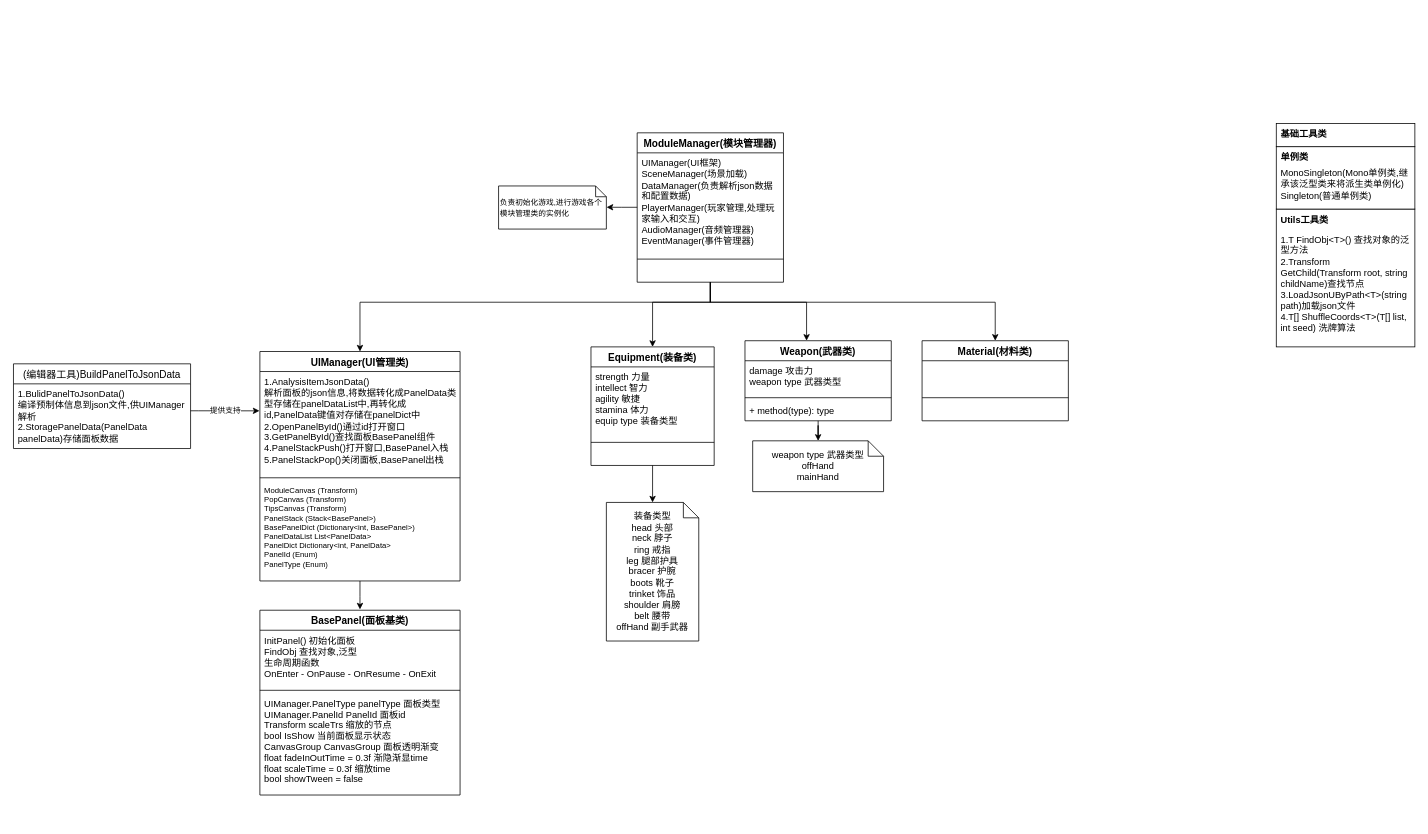
KIPKIPS/BeingAlive keeps this draw.io diagram as BeingAlive.drawio. Above is the earlier version. Source tidied: cells renumbered, new cells numbered last; positions are measured from the earlier drawing's top-left corner, leaving out a move shared by most shapes. Both pictures are drawn from the tidied source at 77%, with x=0, y=0 at pixel (13, 123).
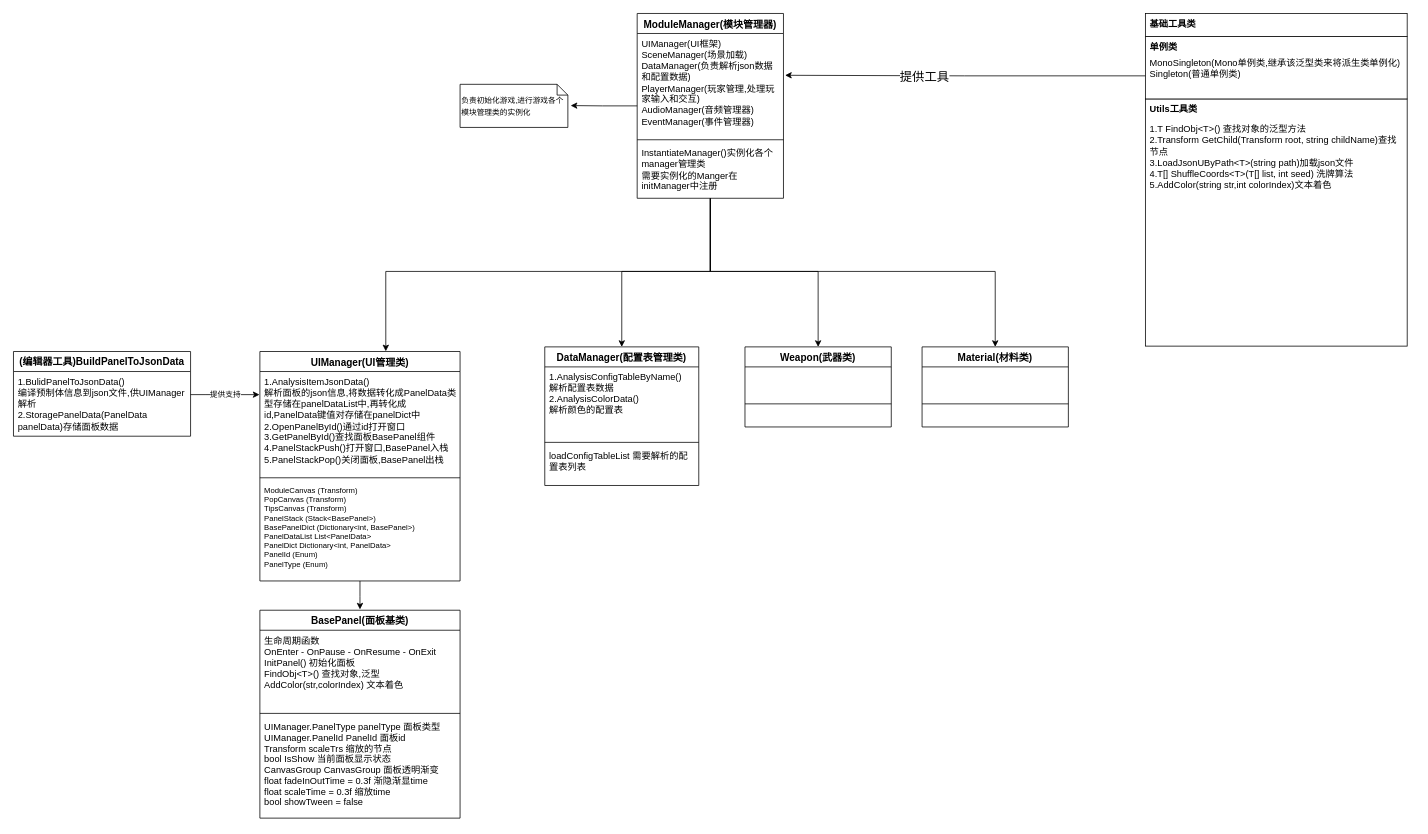
After the change.

Unchanged cells that the change refers to:
```xml
<mxCell id="8" value="UIManager(UI框架)&#10;SceneManager(场景加载)&#10;DataManager(负责解析json数据和配置数据)&#10;PlayerManager(玩家管理,处理玩家输入和交互)&#10;AudioManager(音频管理器)&#10;EventManager(事件管理器)" style="text;strokeColor=none;fillColor=none;align=left;verticalAlign=top;spacingLeft=4;spacingRight=4;overflow=hidden;points=[[0,0.5],[1,0.5]];portConstraint=eastwest;whiteSpace=wrap;fontSize=12;" parent="7" vertex="1">
  <mxGeometry y="26" width="190" height="134" as="geometry" />
</mxCell>
<mxCell id="13" value="UIManager(UI管理类)" style="swimlane;fontStyle=1;align=center;verticalAlign=top;horizontal=1;startSize=26;fontSize=13;" parent="1" vertex="1">
  <mxGeometry x="320" y="296" width="260" height="298" as="geometry" />
</mxCell>
<mxCell id="14" value="1.AnalysisItemJsonData()&#10;解析面板的json信息,将数据转化成PanelData类型存储在panelDataList中,再转化成id,PanelData键值对存储在panelDict中&#10;2.OpenPanelById()通过id打开窗口&#10;3.GetPanelById()查找面板BasePanel组件&#10;4.PanelStackPush()打开窗口,BasePanel入栈&#10;5.PanelStackPop()关闭面板,BasePanel出栈" style="text;strokeColor=none;fillColor=none;align=left;verticalAlign=top;spacingLeft=4;spacingRight=4;overflow=hidden;points=[[0,0.5],[1,0.5]];portConstraint=eastwest;whiteSpace=wrap;fontSize=12;" parent="13" vertex="1">
  <mxGeometry y="26" width="260" height="134" as="geometry" />
</mxCell>
<mxCell id="39" value="1.BulidPanelToJsonData()&#10;编译预制体信息到json文件,供UIManager解析&#10;2.StoragePanelData(PanelData panelData)存储面板数据" style="text;strokeColor=none;fillColor=none;spacingLeft=4;spacingRight=4;overflow=hidden;points=[[0,0.5],[1,0.5]];portConstraint=eastwest;fontSize=12;whiteSpace=wrap;" parent="38" vertex="1">
  <mxGeometry y="26" width="230" height="84" as="geometry" />
</mxCell>
```

Diff of the diagram source:
```diff
@@
-    <mxCell id="2" style="edgeStyle=orthogonalEdgeStyle;rounded=0;jettySize=auto;html=1;" parent="1" edge="1" source="7" target="24">
-      <mxGeometry relative="1" as="geometry">
-        <Array as="points">
-          <mxPoint x="905" y="232" />
-          <mxPoint x="1030" y="232" />
-        </Array>
-      </mxGeometry>
-    </mxCell>
-    <mxCell id="3" style="edgeStyle=orthogonalEdgeStyle;rounded=0;jettySize=auto;html=1;" parent="1" edge="1" source="7" target="29">
-      <mxGeometry relative="1" as="geometry">
-        <Array as="points">
-          <mxPoint x="905" y="232" />
-          <mxPoint x="1275" y="232" />
-        </Array>
-      </mxGeometry>
-    </mxCell>
-    <mxCell id="4" style="edgeStyle=orthogonalEdgeStyle;rounded=0;jettySize=auto;html=1;entryX=1.002;entryY=0.494;entryDx=0;entryDy=0;entryPerimeter=0;fontSize=13;" parent="1" edge="1" source="7" target="11">
-      <mxGeometry relative="1" as="geometry">
-        <Array as="points">
-          <mxPoint x="790" y="109" />
-        </Array>
-      </mxGeometry>
+    <mxCell id="4" style="edgeStyle=orthogonalEdgeStyle;rounded=0;jettySize=auto;html=1;entryX=1.026;entryY=0.493;entryDx=0;entryDy=0;entryPerimeter=0;" parent="1" edge="1" source="7" target="11">
+      <mxGeometry relative="1" as="geometry" />
     </mxCell>
-    <mxCell id="5" style="edgeStyle=orthogonalEdgeStyle;rounded=0;jettySize=auto;html=1;entryX=0.5;entryY=0;entryDx=0;entryDy=0;fontSize=12;" parent="1" edge="1" source="7" target="13">
+    <mxCell id="5" style="edgeStyle=orthogonalEdgeStyle;rounded=0;jettySize=auto;html=1;entryX=0.629;entryY=-0.001;entryDx=0;entryDy=0;entryPerimeter=0;" parent="1" edge="1" source="7" target="13">
       <mxGeometry relative="1" as="geometry">
         <Array as="points">
-          <mxPoint x="905" y="232" />
-          <mxPoint x="450" y="232" />
+          <mxPoint x="905" y="192" />
+          <mxPoint x="483" y="192" />
         </Array>
       </mxGeometry>
     </mxCell>
-    <mxCell id="6" style="edgeStyle=orthogonalEdgeStyle;rounded=0;jettySize=auto;html=1;entryX=0.5;entryY=0;entryDx=0;entryDy=0;fontSize=12;" parent="1" edge="1" source="7" target="18">
+    <mxCell id="6" style="edgeStyle=orthogonalEdgeStyle;rounded=0;jettySize=auto;html=1;" parent="1" edge="1" source="7" target="18">
       <mxGeometry relative="1" as="geometry">
         <Array as="points">
-          <mxPoint x="905" y="232" />
-          <mxPoint x="830" y="232" />
+          <mxPoint x="905" y="192" />
+          <mxPoint x="790" y="192" />
         </Array>
       </mxGeometry>
     </mxCell>
+    <mxCell id="2" style="edgeStyle=orthogonalEdgeStyle;rounded=0;jettySize=auto;html=1;" parent="1" edge="1" source="7" target="24">
+      <mxGeometry relative="1" as="geometry">
+        <Array as="points">
+          <mxPoint x="905" y="192" />
+          <mxPoint x="1045" y="192" />
+        </Array>
+      </mxGeometry>
+    </mxCell>
+    <mxCell id="3" style="edgeStyle=orthogonalEdgeStyle;rounded=0;jettySize=auto;html=1;" parent="1" edge="1" source="7" target="29">
+      <mxGeometry relative="1" as="geometry">
+        <Array as="points">
+          <mxPoint x="905" y="192" />
+          <mxPoint x="1275" y="192" />
+        </Array>
+      </mxGeometry>
+    </mxCell>
     <mxCell id="7" value="ModuleManager(模块管理器)" style="swimlane;fontStyle=1;align=center;verticalAlign=top;horizontal=1;startSize=26;fontSize=13;" parent="1" vertex="1">
-      <mxGeometry x="810" y="12" width="190" height="194" as="geometry" />
+      <mxGeometry x="810" y="-143" width="190" height="240" as="geometry" />
     </mxCell>
@@
-    <mxCell id="10" value="&#10;&#10;" style="text;strokeColor=none;fillColor=none;align=left;verticalAlign=top;spacingLeft=4;spacingRight=4;overflow=hidden;" parent="7" vertex="1">
-      <mxGeometry y="168" width="190" height="26" as="geometry" />
+    <mxCell id="10" value="InstantiateManager()实例化各个manager管理类&#10;需要实例化的Manger在initManager中注册&#10;" style="text;strokeColor=none;fillColor=none;align=left;verticalAlign=top;spacingLeft=4;spacingRight=4;overflow=hidden;whiteSpace=wrap;" parent="7" vertex="1">
+      <mxGeometry y="168" width="190" height="72" as="geometry" />
     </mxCell>
     <mxCell id="11" value="&lt;font style=&quot;font-size: 10px&quot;&gt;负责初始化游戏,进行游戏各个模块管理类的实例化&lt;/font&gt;" style="shape=note;size=14;whiteSpace=wrap;html=1;align=left;" parent="1" vertex="1">
-      <mxGeometry x="630" y="81" width="140" height="56" as="geometry" />
+      <mxGeometry x="580" y="-51" width="140" height="56" as="geometry" />
     </mxCell>
@@
-    <mxCell id="17" style="edgeStyle=orthogonalEdgeStyle;rounded=0;jettySize=auto;html=1;" parent="1" edge="1" source="18" target="22">
-      <mxGeometry relative="1" as="geometry" />
-    </mxCell>
-    <mxCell id="18" value="Equipment(装备类)" style="swimlane;fontStyle=1;align=center;verticalAlign=top;horizontal=1;startSize=26;fontSize=13;" parent="1" vertex="1">
-      <mxGeometry x="750" y="290" width="160" height="154" as="geometry" />
+    <mxCell id="18" value="DataManager(配置表管理类)" style="swimlane;fontStyle=1;align=center;verticalAlign=top;horizontal=1;startSize=26;fontSize=13;" parent="1" vertex="1">
+      <mxGeometry x="690" y="290" width="200" height="180" as="geometry" />
     </mxCell>
-    <mxCell id="19" value="strength 力量&#10;intellect 智力&#10;agility 敏捷&#10;stamina 体力&#10;equip type 装备类型" style="text;strokeColor=none;fillColor=none;align=left;verticalAlign=top;spacingLeft=4;spacingRight=4;overflow=hidden;" parent="18" vertex="1">
-      <mxGeometry y="26" width="160" height="94" as="geometry" />
+    <mxCell id="19" value="1.AnalysisConfigTableByName()&#10;解析配置表数据&#10;2.AnalysisColorData()&#10;解析颜色的配置表" style="text;strokeColor=none;fillColor=none;align=left;verticalAlign=top;spacingLeft=4;spacingRight=4;overflow=hidden;" parent="18" vertex="1">
+      <mxGeometry y="26" width="200" height="94" as="geometry" />
     </mxCell>
     <mxCell id="20" style="line;strokeWidth=1;fillColor=none;align=left;verticalAlign=middle;spacingTop=-1;spacingLeft=3;spacingRight=3;labelPosition=right;" parent="18" vertex="1">
-      <mxGeometry y="120" width="160" height="8" as="geometry" />
+      <mxGeometry y="120" width="200" height="8" as="geometry" />
     </mxCell>
-    <mxCell id="21" value="&#10;&#10;" style="text;strokeColor=none;fillColor=none;align=left;verticalAlign=top;spacingLeft=4;spacingRight=4;overflow=hidden;" parent="18" vertex="1">
-      <mxGeometry y="128" width="160" height="26" as="geometry" />
+    <mxCell id="21" value="loadConfigTableList 需要解析的配置表列表&#10;" style="text;strokeColor=none;fillColor=none;align=left;verticalAlign=top;spacingLeft=4;spacingRight=4;overflow=hidden;whiteSpace=wrap;" parent="18" vertex="1">
+      <mxGeometry y="128" width="200" height="52" as="geometry" />
     </mxCell>
-    <mxCell id="22" value="装备类型&lt;br&gt;head 头部&lt;br&gt;neck 脖子&lt;br&gt;ring 戒指&lt;br&gt;leg 腿部护具&lt;br&gt;bracer 护腕&lt;br&gt;boots 靴子&lt;br&gt;trinket 饰品&lt;br&gt;shoulder 肩膀&lt;br&gt;belt 腰带&lt;br&gt;offHand 副手武器" style="shape=note;size=20;whiteSpace=wrap;html=1;" parent="1" vertex="1">
-      <mxGeometry x="770" y="492" width="120" height="180" as="geometry" />
-    </mxCell>
-    <mxCell id="23" style="edgeStyle=orthogonalEdgeStyle;rounded=0;jettySize=auto;html=1;" parent="1" edge="1" source="24" target="28">
-      <mxGeometry relative="1" as="geometry" />
-    </mxCell>
     <mxCell id="24" value="Weapon(武器类)" style="swimlane;fontStyle=1;align=center;verticalAlign=top;horizontal=1;startSize=26;fontSize=13;" parent="1" vertex="1">
-      <mxGeometry x="950" y="282" width="190" height="104" as="geometry" />
+      <mxGeometry x="950" y="290" width="190" height="104" as="geometry" />
     </mxCell>
-    <mxCell id="25" value="damage 攻击力&#10;weapon type 武器类型" style="text;strokeColor=none;fillColor=none;align=left;verticalAlign=top;spacingLeft=4;spacingRight=4;overflow=hidden;" parent="24" vertex="1">
+    <mxCell id="25" value="&#10;&#10;" style="text;strokeColor=none;fillColor=none;align=left;verticalAlign=top;spacingLeft=4;spacingRight=4;overflow=hidden;" parent="24" vertex="1">
       <mxGeometry y="26" width="190" height="44" as="geometry" />
     </mxCell>
@@
-    <mxCell id="27" value="+ method(type): type" style="text;strokeColor=none;fillColor=none;align=left;verticalAlign=top;spacingLeft=4;spacingRight=4;overflow=hidden;" parent="24" vertex="1">
+    <mxCell id="27" value="&#10;&#10;" style="text;strokeColor=none;fillColor=none;align=left;verticalAlign=top;spacingLeft=4;spacingRight=4;overflow=hidden;" parent="24" vertex="1">
       <mxGeometry y="78" width="190" height="26" as="geometry" />
     </mxCell>
-    <mxCell id="28" value="weapon type 武器类型&lt;br&gt;offHand&lt;br&gt;mainHand" style="shape=note;size=20;whiteSpace=wrap;html=1;" parent="1" vertex="1">
-      <mxGeometry x="960" y="412" width="170" height="66" as="geometry" />
-    </mxCell>
     <mxCell id="29" value="Material(材料类)" style="swimlane;fontStyle=1;align=center;verticalAlign=top;horizontal=1;startSize=26;fontSize=13;" parent="1" vertex="1">
-      <mxGeometry x="1180" y="282" width="190" height="104" as="geometry" />
+      <mxGeometry x="1180" y="290" width="190" height="104" as="geometry" />
     </mxCell>
@@
     <mxCell id="33" value="BasePanel(面板基类)" style="swimlane;fontStyle=1;align=center;verticalAlign=top;horizontal=1;startSize=26;fontSize=13;" parent="1" vertex="1">
-      <mxGeometry x="320" y="632" width="260" height="240" as="geometry" />
+      <mxGeometry x="320" y="632" width="260" height="270" as="geometry" />
     </mxCell>
-    <mxCell id="34" value="InitPanel() 初始化面板&#10;FindObj 查找对象,泛型&#10;生命周期函数&#10;OnEnter - OnPause - OnResume - OnExit&#10;" style="text;strokeColor=none;fillColor=none;align=left;verticalAlign=top;spacingLeft=4;spacingRight=4;overflow=hidden;whiteSpace=wrap;" parent="33" vertex="1">
-      <mxGeometry y="26" width="260" height="74" as="geometry" />
+    <mxCell id="34" value="生命周期函数&#10;OnEnter - OnPause - OnResume - OnExit&#10;InitPanel() 初始化面板&#10;FindObj&lt;T&gt;() 查找对象,泛型&#10;AddColor(str,colorIndex) 文本着色&#10;" style="text;strokeColor=none;fillColor=none;align=left;verticalAlign=top;spacingLeft=4;spacingRight=4;overflow=hidden;whiteSpace=wrap;" parent="33" vertex="1">
+      <mxGeometry y="26" width="260" height="104" as="geometry" />
     </mxCell>
     <mxCell id="35" style="line;strokeWidth=1;fillColor=none;align=left;verticalAlign=middle;spacingTop=-1;spacingLeft=3;spacingRight=3;labelPosition=right;" parent="33" vertex="1">
-      <mxGeometry y="100" width="260" height="8" as="geometry" />
+      <mxGeometry y="130" width="260" height="8" as="geometry" />
     </mxCell>
     <mxCell id="36" value="UIManager.PanelType panelType 面板类型&#10;UIManager.PanelId PanelId 面板id&#10;Transform scaleTrs 缩放的节点&#10;bool IsShow 当前面板显示状态&#10;CanvasGroup CanvasGroup 面板透明渐变&#10;float fadeInOutTime = 0.3f 渐隐渐显time&#10;float scaleTime = 0.3f 缩放time&#10;bool showTween = false" style="text;strokeColor=none;fillColor=none;align=left;verticalAlign=top;spacingLeft=4;spacingRight=4;overflow=hidden;" parent="33" vertex="1">
-      <mxGeometry y="108" width="260" height="132" as="geometry" />
+      <mxGeometry y="138" width="260" height="132" as="geometry" />
     </mxCell>
-    <mxCell id="37" value="提供支持" style="edgeStyle=orthogonalEdgeStyle;rounded=0;jettySize=auto;html=1;entryX=-0.002;entryY=0.381;entryDx=0;entryDy=0;entryPerimeter=0;fontSize=10;fontColor=#000000;" parent="1" edge="1" source="39" target="14">
+    <mxCell id="37" value="提供支持" style="edgeStyle=orthogonalEdgeStyle;rounded=0;jettySize=auto;html=1;entryX=-0.002;entryY=0.224;entryDx=0;entryDy=0;entryPerimeter=0;fontSize=10;fontColor=#000000;" parent="1" edge="1" source="39" target="14">
       <mxGeometry relative="1" as="geometry">
         <Array as="points">
-          <mxPoint x="240" y="373" />
-          <mxPoint x="240" y="373" />
+          <mxPoint x="250" y="352" />
+          <mxPoint x="250" y="352" />
         </Array>
       </mxGeometry>
     </mxCell>
-    <mxCell id="38" value="(编辑器工具)BuildPanelToJsonData" style="swimlane;fontStyle=0;horizontal=1;startSize=26;align=center;fontSize=13;fontColor=#000000;html=0;" parent="1" vertex="1">
-      <mxGeometry y="312" width="230" height="110" as="geometry" />
+    <mxCell id="38" value="(编辑器工具)BuildPanelToJsonData" style="swimlane;fontStyle=1;horizontal=1;startSize=26;align=center;fontSize=13;fontColor=#000000;html=0;" parent="1" vertex="1">
+      <mxGeometry y="296" width="230" height="110" as="geometry" />
     </mxCell>
@@
     <mxCell id="40" style="html=1;fontSize=13;fontColor=#000000;align=left;" parent="1" vertex="1">
-      <mxGeometry x="1640" y="111" width="180" height="179" as="geometry" />
+      <mxGeometry x="1470" y="-32" width="340" height="321" as="geometry" />
     </mxCell>
     <mxCell id="41" value="Utils工具类" style="text;strokeColor=none;fillColor=none;spacingLeft=4;spacingRight=4;overflow=hidden;fontSize=12;whiteSpace=wrap;fontStyle=1;" parent="1" vertex="1">
-      <mxGeometry x="1640" y="111" width="180" height="30" as="geometry" />
+      <mxGeometry x="1470" y="-32" width="180" height="30" as="geometry" />
     </mxCell>
     <mxCell id="42" style="html=1;fontSize=13;fontColor=#000000;align=left;" parent="1" vertex="1">
-      <mxGeometry x="1640" y="30" width="180" height="81" as="geometry" />
+      <mxGeometry x="1470" y="-113" width="340" height="81" as="geometry" />
     </mxCell>
     <mxCell id="43" value="单例类" style="text;strokeColor=none;fillColor=none;spacingLeft=4;spacingRight=4;overflow=hidden;fontSize=12;whiteSpace=wrap;fontStyle=1;" parent="1" vertex="1">
-      <mxGeometry x="1640" y="30" width="180" height="30" as="geometry" />
+      <mxGeometry x="1470" y="-113" width="180" height="30" as="geometry" />
     </mxCell>
+    <mxCell id="48" style="edgeStyle=orthogonalEdgeStyle;rounded=0;jettySize=auto;html=1;entryX=1.011;entryY=0.405;entryDx=0;entryDy=0;entryPerimeter=0;" parent="1" edge="1" source="44" target="8">
+      <mxGeometry relative="1" as="geometry" />
+    </mxCell>
+    <mxCell id="49" value="&lt;font style=&quot;font-size: 16px&quot;&gt;提供工具&lt;/font&gt;" style="edgeLabel;html=1;align=center;verticalAlign=middle;" parent="48" vertex="1">
+      <mxGeometry x="0.23" y="1" relative="1" as="geometry" />
+    </mxCell>
     <mxCell id="44" value="MonoSingleton(Mono单例类,继承该泛型类来将派生类单例化)&#10;Singleton(普通单例类)" style="text;strokeColor=none;fillColor=none;spacingLeft=4;spacingRight=4;overflow=hidden;points=[[0,0.5],[1,0.5]];portConstraint=eastwest;fontSize=12;whiteSpace=wrap;" parent="1" vertex="1">
-      <mxGeometry x="1640" y="51" width="180" height="60" as="geometry" />
+      <mxGeometry x="1470" y="-92" width="340" height="60" as="geometry" />
     </mxCell>
     <mxCell id="45" style="html=1;fontSize=13;fontColor=#000000;align=left;" parent="1" vertex="1">
-      <mxGeometry x="1640" width="180" height="30" as="geometry" />
+      <mxGeometry x="1470" y="-143" width="340" height="30" as="geometry" />
     </mxCell>
     <mxCell id="46" value="基础工具类" style="text;strokeColor=none;fillColor=none;spacingLeft=4;spacingRight=4;overflow=hidden;fontSize=12;whiteSpace=wrap;fontStyle=1;" parent="1" vertex="1">
-      <mxGeometry x="1640" width="180" height="30" as="geometry" />
+      <mxGeometry x="1470" y="-143" width="140" height="30" as="geometry" />
     </mxCell>
-    <mxCell id="47" value="1.T FindObj&lt;T&gt;() 查找对象的泛型方法&#10;2.Transform GetChild(Transform root, string childName)查找节点&#10;3.LoadJsonUByPath&lt;T&gt;(string path)加载json文件&#10;4.T[] ShuffleCoords&lt;T&gt;(T[] list, int seed) 洗牌算法" style="text;strokeColor=none;fillColor=none;spacingLeft=4;spacingRight=4;overflow=hidden;fontSize=12;whiteSpace=wrap;fontStyle=0;" parent="1" vertex="1">
-      <mxGeometry x="1640" y="136.5" width="180" height="145.5" as="geometry" />
+    <mxCell id="47" value="1.T FindObj&lt;T&gt;() 查找对象的泛型方法&#10;2.Transform GetChild(Transform root, string childName)查找节点&#10;3.LoadJsonUByPath&lt;T&gt;(string path)加载json文件&#10;4.T[] ShuffleCoords&lt;T&gt;(T[] list, int seed) 洗牌算法&#10;5.AddColor(string str,int colorIndex)文本着色" style="text;strokeColor=none;fillColor=none;spacingLeft=4;spacingRight=4;overflow=hidden;fontSize=12;whiteSpace=wrap;fontStyle=0;" parent="1" vertex="1">
+      <mxGeometry x="1470" y="-6.5" width="340" height="295.5" as="geometry" />
     </mxCell>
```
